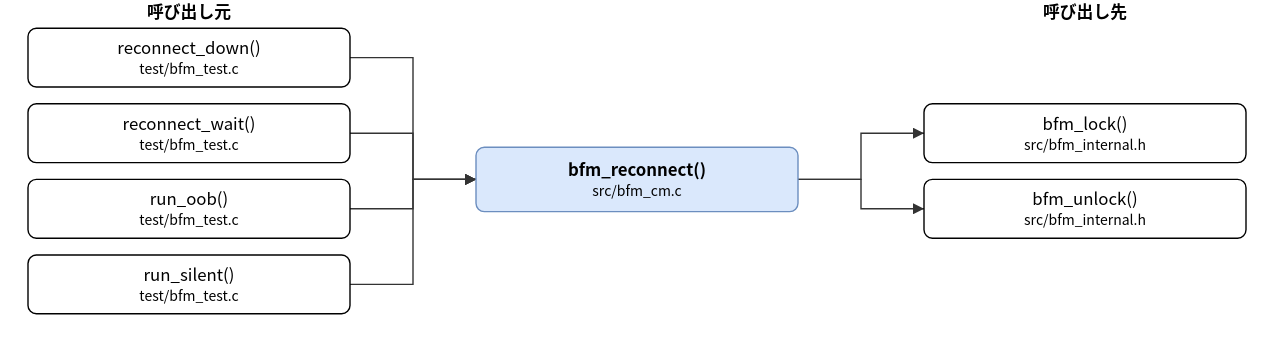
Above: doc/spec/images/call_src_bfm_cm-bfm_reconnect.drawio.svg in hf355051012-ai/bfmem (draw.io), before the change. Source tidied: cells renumbered, new cells last; positions are measured from the earlier drawing's top-left corner, leaving out a move shared by most shapes.
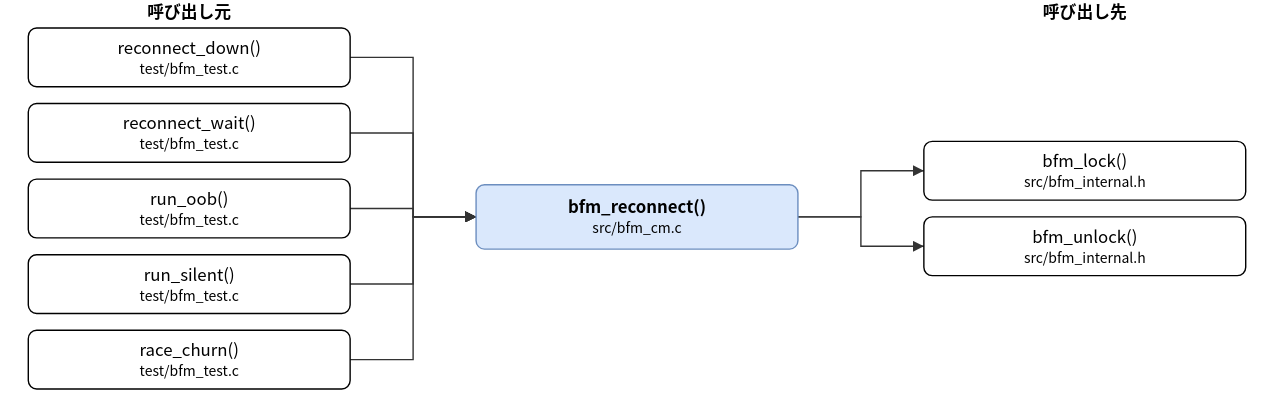
The same file after the commit.

What changed in the source:
```diff
@@ -3,7 +3,7 @@
     <mxCell id="0" />
     <mxCell id="1" parent="0" />
     <mxCell id="2" value="bfm_reconnect()&lt;br&gt;&lt;font style=&quot;font-size:10px&quot;&gt;src/bfm_cm.c&lt;/font&gt;" style="rounded=1;whiteSpace=wrap;html=1;fillColor=#dae8fc;strokeColor=#6c8ebf;fontStyle=1;" parent="1" vertex="1">
-      <mxGeometry x="320" y="105" width="230" height="46" as="geometry" />
+      <mxGeometry x="320" y="132" width="230" height="46" as="geometry" />
     </mxCell>
     <mxCell id="3" value="reconnect_down()&lt;br&gt;&lt;font style=&quot;font-size:10px&quot;&gt;test/bfm_test.c&lt;/font&gt;" style="rounded=1;whiteSpace=wrap;html=1;" parent="1" vertex="1">
       <mxGeometry y="20" width="230" height="42" as="geometry" />
@@ -17,17 +17,20 @@
     <mxCell id="6" value="run_silent()&lt;br&gt;&lt;font style=&quot;font-size:10px&quot;&gt;test/bfm_test.c&lt;/font&gt;" style="rounded=1;whiteSpace=wrap;html=1;" parent="1" vertex="1">
       <mxGeometry y="182" width="230" height="42" as="geometry" />
     </mxCell>
+    <mxCell id="17" value="race_churn()&lt;br&gt;&lt;font style=&quot;font-size:10px&quot;&gt;test/bfm_test.c&lt;/font&gt;" style="rounded=1;whiteSpace=wrap;html=1;" parent="1" vertex="1">
+      <mxGeometry y="236" width="230" height="42" as="geometry" />
+    </mxCell>
     <mxCell id="7" value="bfm_lock()&lt;br&gt;&lt;font style=&quot;font-size:10px&quot;&gt;src/bfm_internal.h&lt;/font&gt;" style="rounded=1;whiteSpace=wrap;html=1;" parent="1" vertex="1">
-      <mxGeometry x="640" y="74" width="230" height="42" as="geometry" />
+      <mxGeometry x="640" y="101" width="230" height="42" as="geometry" />
     </mxCell>
     <mxCell id="8" value="bfm_unlock()&lt;br&gt;&lt;font style=&quot;font-size:10px&quot;&gt;src/bfm_internal.h&lt;/font&gt;" style="rounded=1;whiteSpace=wrap;html=1;" parent="1" vertex="1">
-      <mxGeometry x="640" y="128" width="230" height="42" as="geometry" />
+      <mxGeometry x="640" y="155" width="230" height="42" as="geometry" />
     </mxCell>
     <mxCell id="9" style="edgeStyle=none;html=1;rounded=0;endArrow=block;endFill=1;exitX=1.0000;exitY=0.5000;exitDx=0;exitDy=0;exitPerimeter=0;entryX=0.0000;entryY=0.5000;entryDx=0;entryDy=0;entryPerimeter=0;" parent="1" edge="1" source="3" target="2">
       <mxGeometry relative="1" as="geometry">
         <Array as="points">
           <mxPoint x="275" y="41" />
-          <mxPoint x="275" y="128" />
+          <mxPoint x="275" y="155" />
         </Array>
       </mxGeometry>
     </mxCell>
@@ -35,7 +38,7 @@
       <mxGeometry relative="1" as="geometry">
         <Array as="points">
           <mxPoint x="275" y="95" />
-          <mxPoint x="275" y="128" />
+          <mxPoint x="275" y="155" />
         </Array>
       </mxGeometry>
     </mxCell>
@@ -43,7 +46,7 @@
       <mxGeometry relative="1" as="geometry">
         <Array as="points">
           <mxPoint x="275" y="149" />
-          <mxPoint x="275" y="128" />
+          <mxPoint x="275" y="155" />
         </Array>
       </mxGeometry>
     </mxCell>
@@ -51,26 +54,34 @@
       <mxGeometry relative="1" as="geometry">
         <Array as="points">
           <mxPoint x="275" y="203" />
-          <mxPoint x="275" y="128" />
+          <mxPoint x="275" y="155" />
         </Array>
       </mxGeometry>
     </mxCell>
-    <mxCell id="13" style="edgeStyle=none;html=1;rounded=0;endArrow=block;endFill=1;exitX=1.0000;exitY=0.5000;exitDx=0;exitDy=0;exitPerimeter=0;entryX=0.0000;entryY=0.5000;entryDx=0;entryDy=0;entryPerimeter=0;" parent="1" edge="1" source="2" target="7">
+    <mxCell id="13" style="edgeStyle=none;html=1;rounded=0;endArrow=block;endFill=1;exitX=1.0000;exitY=0.5000;exitDx=0;exitDy=0;exitPerimeter=0;entryX=0.0000;entryY=0.5000;entryDx=0;entryDy=0;entryPerimeter=0;" parent="1" edge="1" source="17" target="2">
       <mxGeometry relative="1" as="geometry">
         <Array as="points">
-          <mxPoint x="595" y="128" />
-          <mxPoint x="595" y="95" />
+          <mxPoint x="275" y="257" />
+          <mxPoint x="275" y="155" />
         </Array>
       </mxGeometry>
     </mxCell>
-    <mxCell id="14" style="edgeStyle=none;html=1;rounded=0;endArrow=block;endFill=1;exitX=1.0000;exitY=0.5000;exitDx=0;exitDy=0;exitPerimeter=0;entryX=0.0000;entryY=0.5000;entryDx=0;entryDy=0;entryPerimeter=0;" parent="1" edge="1" source="2" target="8">
+    <mxCell id="14" style="edgeStyle=none;html=1;rounded=0;endArrow=block;endFill=1;exitX=1.0000;exitY=0.5000;exitDx=0;exitDy=0;exitPerimeter=0;entryX=0.0000;entryY=0.5000;entryDx=0;entryDy=0;entryPerimeter=0;" parent="1" edge="1" source="2" target="7">
       <mxGeometry relative="1" as="geometry">
         <Array as="points">
-          <mxPoint x="595" y="128" />
-          <mxPoint x="595" y="149" />
+          <mxPoint x="595" y="155" />
+          <mxPoint x="595" y="122" />
         </Array>
       </mxGeometry>
     </mxCell>
+    <mxCell id="18" style="edgeStyle=none;html=1;rounded=0;endArrow=block;endFill=1;exitX=1.0000;exitY=0.5000;exitDx=0;exitDy=0;exitPerimeter=0;entryX=0.0000;entryY=0.5000;entryDx=0;entryDy=0;entryPerimeter=0;" parent="1" edge="1" source="2" target="8">
+      <mxGeometry relative="1" as="geometry">
+        <Array as="points">
+          <mxPoint x="595" y="155" />
+          <mxPoint x="595" y="176" />
+        </Array>
+      </mxGeometry>
+    </mxCell>
     <mxCell id="15" value="呼び出し元" style="text;html=1;align=center;fontStyle=1;" parent="1" vertex="1">
       <mxGeometry x="35" width="160" height="18" as="geometry" />
     </mxCell>
```
